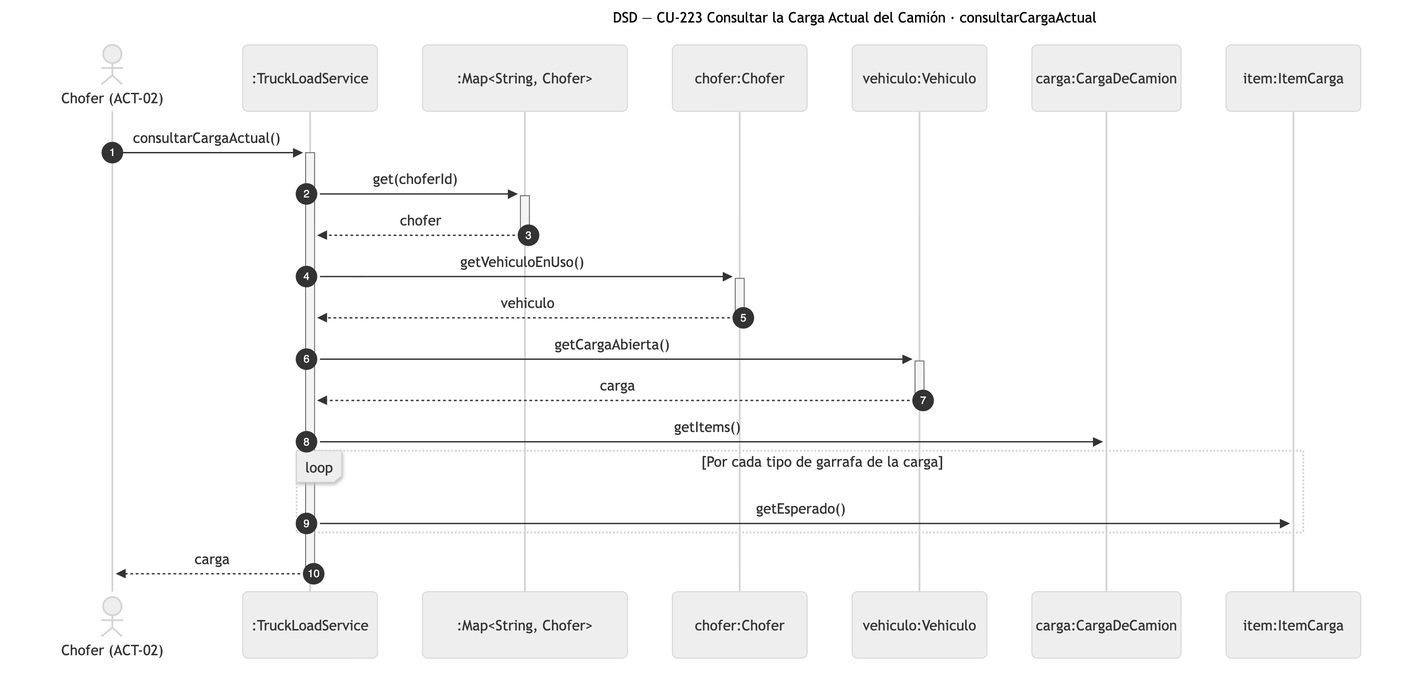
Above: diagramas/png/DSD_CU-223_consultarCargaActual.png in Nahuelito-Dev/splg-docs (Mermaid), before the change. Its source is kept beside it as diagramas/DSD_CU-223_consultarCargaActual.mmd. Its diagram source:
```mermaid
sequenceDiagram
    title DSD — CU-223 Consultar la Carga Actual del Camión · consultarCargaActual
    autonumber
    actor CHO as Chofer (ACT-02)
    participant SRV as :TruckLoadService
    participant COLC as :Map#lt;String, Chofer#gt;
    participant CHF as chofer:Chofer
    participant VEH as vehiculo:Vehiculo
    participant CAR as carga:CargaDeCamion
    participant ICA as item:ItemCarga

    CHO->>+SRV: consultarCargaActual()
    SRV->>+COLC: get(choferId)
    COLC-->>-SRV: chofer
    SRV->>+CHF: getVehiculoEnUso()
    CHF-->>-SRV: vehiculo
    SRV->>+VEH: getCargaAbierta()
    VEH-->>-SRV: carga
    SRV->>CAR: getItems()
    loop Por cada tipo de garrafa de la carga
        SRV->>ICA: getEsperado()
    end
    SRV-->>-CHO: carga
```
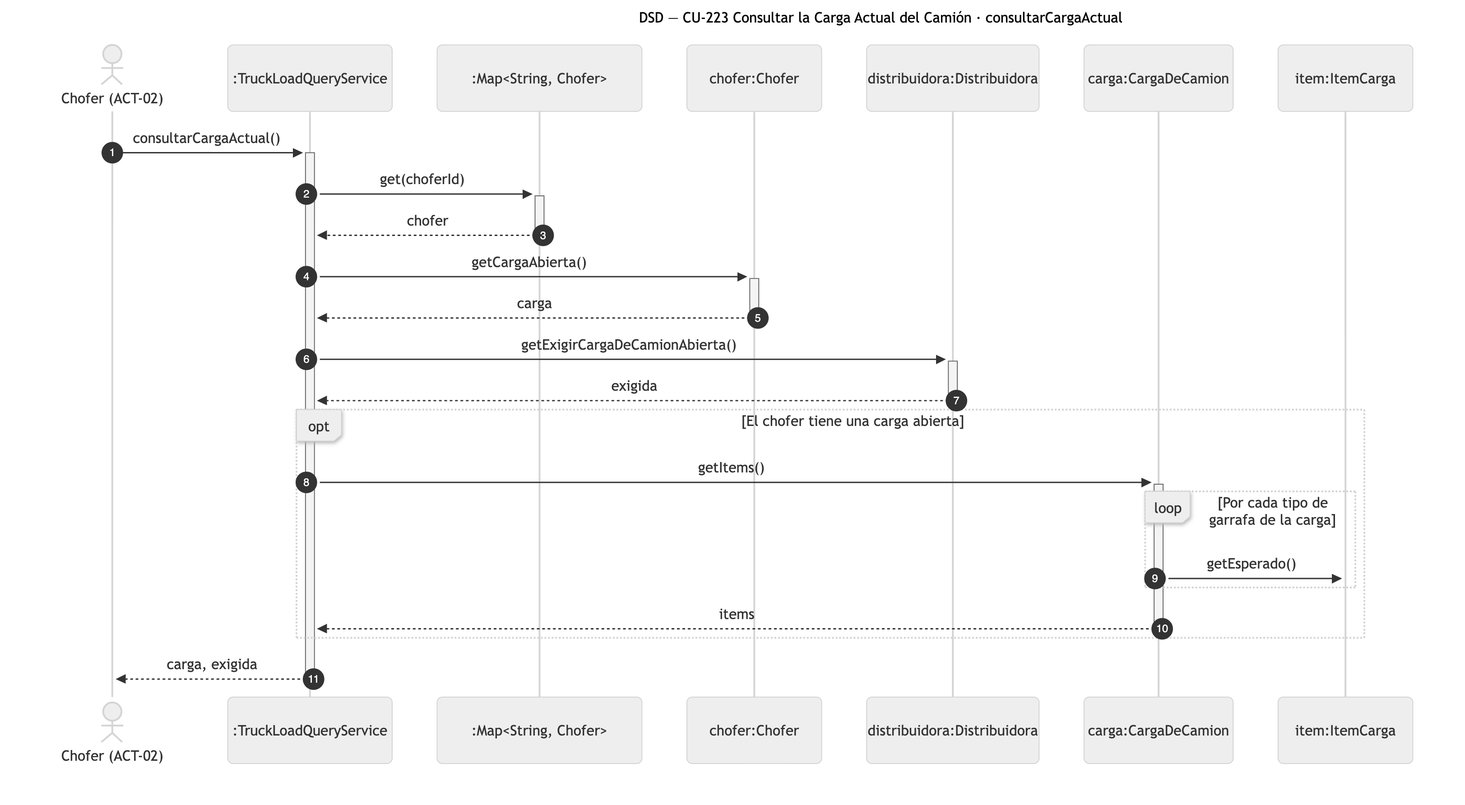
The same diagram one commit later.

What changed in the source:
```diff
@@ -2,22 +2,25 @@
     title DSD — CU-223 Consultar la Carga Actual del Camión · consultarCargaActual
     autonumber
     actor CHO as Chofer (ACT-02)
-    participant SRV as :TruckLoadService
+    participant SRV as :TruckLoadQueryService
     participant COLC as :Map#lt;String, Chofer#gt;
     participant CHF as chofer:Chofer
-    participant VEH as vehiculo:Vehiculo
+    participant DIS as distribuidora:Distribuidora
     participant CAR as carga:CargaDeCamion
     participant ICA as item:ItemCarga
 
     CHO->>+SRV: consultarCargaActual()
     SRV->>+COLC: get(choferId)
     COLC-->>-SRV: chofer
-    SRV->>+CHF: getVehiculoEnUso()
-    CHF-->>-SRV: vehiculo
-    SRV->>+VEH: getCargaAbierta()
-    VEH-->>-SRV: carga
-    SRV->>CAR: getItems()
-    loop Por cada tipo de garrafa de la carga
-        SRV->>ICA: getEsperado()
+    SRV->>+CHF: getCargaAbierta()
+    CHF-->>-SRV: carga
+    SRV->>+DIS: getExigirCargaDeCamionAbierta()
+    DIS-->>-SRV: exigida
+    opt El chofer tiene una carga abierta
+        SRV->>+CAR: getItems()
+        loop Por cada tipo de garrafa de la carga
+            CAR->>ICA: getEsperado()
+        end
+        CAR-->>-SRV: items
     end
-    SRV-->>-CHO: carga
+    SRV-->>-CHO: carga, exigida
```
